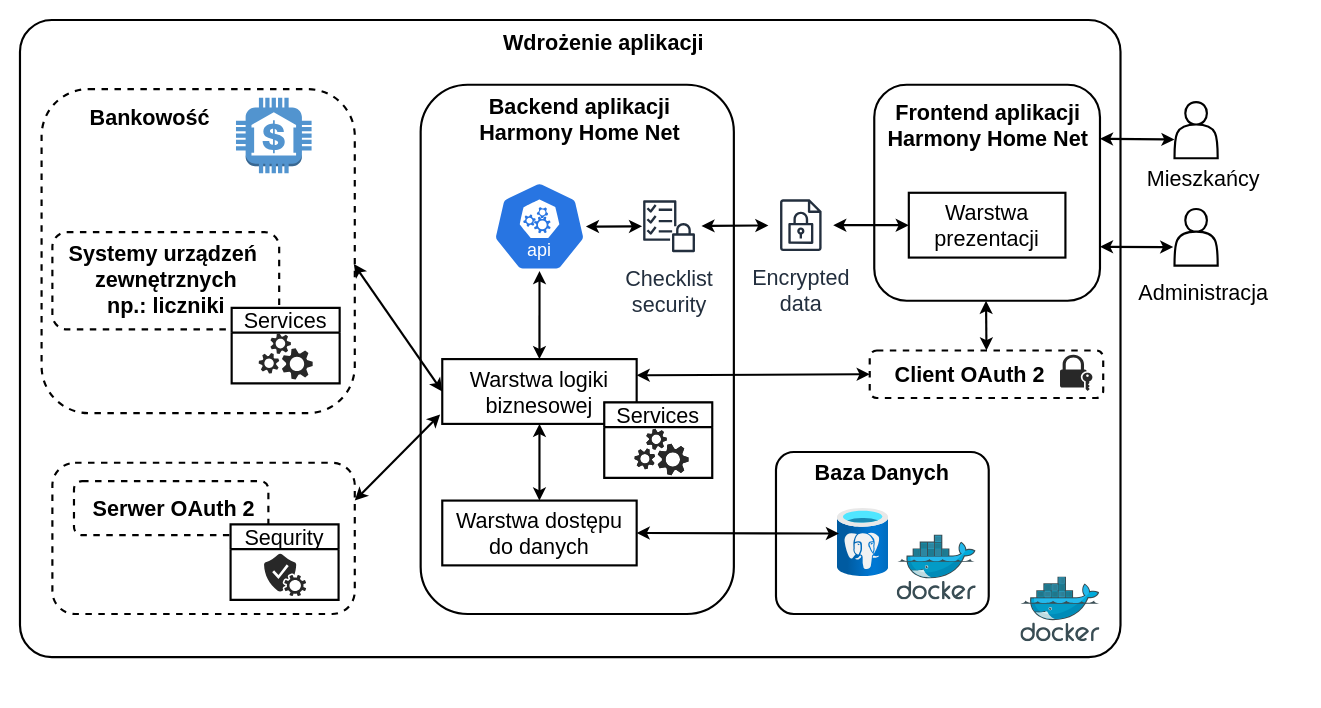
The draw.io diagram Dyplom/Schematy/zarys_architektury.drawio in Golec5000/HarmonyHomeNet, before the edit. Source tidied: cells renumbered, new cells numbered last; positions are measured from the earlier drawing's top-left corner, leaving out a move shared by most shapes. Both pictures are drawn from the tidied source at 108%, with x=0, y=0 at pixel (19, 19).
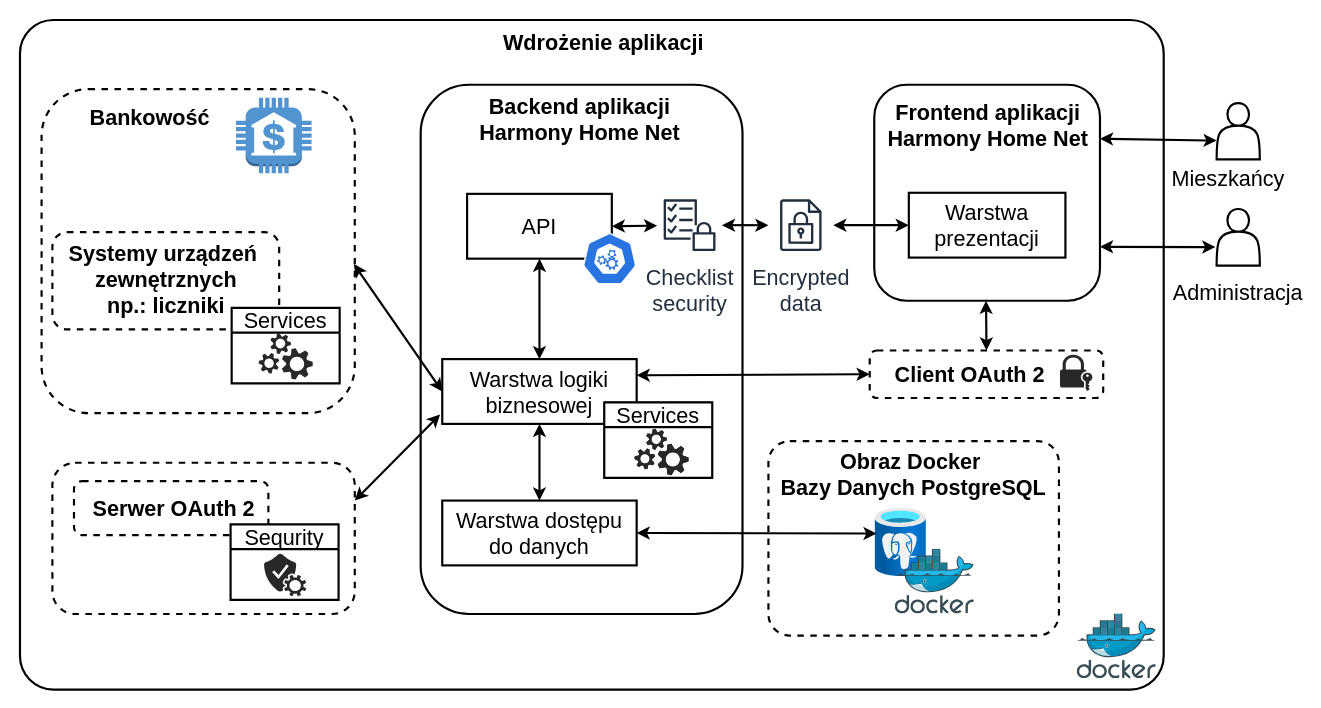
The same page after the edit.

Unchanged cells that the change refers to:
```xml
<mxCell id="7" value="&lt;font style=&quot;font-size: 20px;&quot;&gt;Warstwa logiki biznesowej&lt;/font&gt;" style="rounded=0;whiteSpace=wrap;html=1;fillColor=none;fontSize=20;strokeWidth=2;" parent="1" vertex="1">
  <mxGeometry x="391" y="314" width="180" height="60" as="geometry" />
</mxCell>
```

Change to the diagram source:
```diff
@@
     <mxCell id="2" style="rounded=1;whiteSpace=wrap;html=1;fillColor=none;fontSize=20;strokeWidth=2;arcSize=5;" parent="1" vertex="1">
-      <mxGeometry width="1019" height="590" as="geometry" />
+      <mxGeometry width="1059" height="620" as="geometry" />
     </mxCell>
     <mxCell id="3" style="rounded=1;whiteSpace=wrap;html=1;strokeColor=default;gradientColor=none;fillColor=none;fontSize=20;strokeWidth=2;" parent="1" vertex="1">
-      <mxGeometry x="371" y="60" width="290" height="490" as="geometry" />
+      <mxGeometry x="371" y="60" width="298" height="490" as="geometry" />
     </mxCell>
@@
-    <mxCell id="10" style="endArrow=classic;startArrow=classic;html=1;rounded=0;entryX=0.5;entryY=1;entryDx=0;entryDy=0;exitX=0.5;exitY=0;exitDx=0;exitDy=0;entryPerimeter=0;fontSize=20;strokeWidth=2;" parent="1" edge="1" source="7" target="26">
+    <mxCell id="10" style="endArrow=classic;startArrow=classic;html=1;rounded=0;exitX=0.5;exitY=0;exitDx=0;exitDy=0;fontSize=20;strokeWidth=2;entryX=0.5;entryY=1;entryDx=0;entryDy=0;" parent="1" edge="1" source="7" target="53">
       <mxGeometry relative="1" as="geometry" />
     </mxCell>
@@
-    <mxCell id="15" value="&lt;span style=&quot;font-weight: 700;&quot;&gt;Baza Danych&lt;/span&gt;" style="rounded=1;whiteSpace=wrap;html=1;fillColor=none;fontSize=20;strokeWidth=2;arcSize=11;verticalAlign=top;" parent="1" vertex="1">
-      <mxGeometry x="700" y="400" width="197" height="150" as="geometry" />
+    <mxCell id="15" value="&lt;span style=&quot;font-weight: 700;&quot;&gt;Obraz Docker&amp;nbsp;&lt;/span&gt;&lt;div&gt;&lt;span style=&quot;font-weight: 700;&quot;&gt;Bazy Danych PostgreSQL&lt;/span&gt;&lt;/div&gt;" style="rounded=1;whiteSpace=wrap;html=1;fillColor=none;fontSize=20;strokeWidth=2;arcSize=11;verticalAlign=top;dashed=1;" parent="1" vertex="1">
+      <mxGeometry x="693" y="390" width="269" height="180" as="geometry" />
     </mxCell>
     <mxCell id="16" style="image;html=1;points=[];align=center;fontSize=20;image=img/lib/azure2/databases/Azure_Database_PostgreSQL_Server.svg;strokeWidth=2;" parent="1" vertex="1">
-      <mxGeometry x="757" y="452.3" width="47.5" height="63.3" as="geometry" />
+      <mxGeometry x="791.8" y="452.3" width="47.5" height="63.3" as="geometry" />
     </mxCell>
@@
     <mxCell id="25" style="image;sketch=0;html=1;align=center;fontSize=20;image=img/lib/mscae/Docker.svg;strokeWidth=2;" parent="1" vertex="1">
-      <mxGeometry x="812.3" y="477" width="73.2" height="60" as="geometry" />
+      <mxGeometry x="810.5" y="490" width="73.2" height="60" as="geometry" />
     </mxCell>
-    <mxCell id="26" style="sketch=0;html=1;dashed=0;whitespace=wrap;verticalLabelPosition=bottom;verticalAlign=top;fillColor=#2875E2;strokeColor=#ffffff;points=[[0.005,0.63,0],[0.1,0.2,0],[0.9,0.2,0],[0.5,0,0],[0.995,0.63,0],[0.72,0.99,0],[0.5,1,0],[0.28,0.99,0]];shape=mxgraph.kubernetes.icon2;kubernetesLabel=1;prIcon=api;fontSize=20;strokeWidth=2;" parent="1" vertex="1">
-      <mxGeometry x="437.8" y="149.5" width="86.5" height="83" as="geometry" />
-    </mxCell>
@@
     <mxCell id="28" style="shape=actor;whiteSpace=wrap;html=1;fontSize=20;strokeWidth=2;" parent="1" vertex="1">
-      <mxGeometry x="1069" y="76" width="40" height="52" as="geometry" />
+      <mxGeometry x="1108" y="77" width="40" height="52" as="geometry" />
     </mxCell>
     <mxCell id="29" style="shape=actor;whiteSpace=wrap;html=1;fontSize=20;strokeWidth=2;" parent="1" vertex="1">
-      <mxGeometry x="1069" y="175" width="40" height="52.5" as="geometry" />
+      <mxGeometry x="1108" y="175" width="40" height="52.5" as="geometry" />
     </mxCell>
     <mxCell id="30" value="&lt;font style=&quot;font-size: 20px;&quot;&gt;Mieszkańcy&lt;/font&gt;" style="text;html=1;align=center;verticalAlign=middle;whiteSpace=wrap;rounded=0;fontSize=20;strokeWidth=2;" parent="1" vertex="1">
-      <mxGeometry x="1066" y="130" width="60" height="31" as="geometry" />
+      <mxGeometry x="1089" y="130" width="60" height="31" as="geometry" />
     </mxCell>
     <mxCell id="31" value="&lt;font style=&quot;font-size: 20px;&quot;&gt;Administracja&lt;/font&gt;" style="text;html=1;align=center;verticalAlign=middle;whiteSpace=wrap;rounded=0;fontSize=20;strokeWidth=2;" parent="1" vertex="1">
-      <mxGeometry x="1066" y="236.5" width="60" height="30" as="geometry" />
+      <mxGeometry x="1098" y="236.5" width="60" height="30" as="geometry" />
     </mxCell>
@@
-    <mxCell id="34" style="endArrow=classic;startArrow=classic;html=1;rounded=0;exitX=0.94;exitY=0.504;exitDx=0;exitDy=0;exitPerimeter=0;fontSize=20;strokeWidth=2;" parent="1" edge="1">
-      <mxGeometry relative="1" as="geometry">
-        <mxPoint x="524" y="191.3" as="sourcePoint" />
-        <mxPoint x="576" y="191.1" as="targetPoint" />
-      </mxGeometry>
+    <mxCell id="34" style="endArrow=classic;startArrow=classic;html=1;rounded=0;exitX=1;exitY=0.5;exitDx=0;exitDy=0;fontSize=20;strokeWidth=2;" parent="1" edge="1" source="53" target="35">
+      <mxGeometry relative="1" as="geometry" />
     </mxCell>
     <mxCell id="35" value="&lt;font style=&quot;font-size: 20px;&quot;&gt;Checklist&lt;br style=&quot;font-size: 20px;&quot;&gt;security&lt;/font&gt;" style="sketch=0;outlineConnect=0;fontColor=#232F3E;gradientColor=none;strokeColor=#232F3E;fillColor=none;dashed=0;verticalLabelPosition=bottom;verticalAlign=top;align=center;html=1;fontSize=20;fontStyle=0;shape=mxgraph.aws4.resourceIcon;resIcon=mxgraph.aws4.checklist_security;strokeWidth=2;" parent="1" vertex="1">
-      <mxGeometry x="571" y="161" width="60" height="60" as="geometry" />
+      <mxGeometry x="590" y="160" width="60" height="60" as="geometry" />
     </mxCell>
@@
     <mxCell id="52" style="image;sketch=0;html=1;align=center;fontSize=20;image=img/lib/mscae/Docker.svg;strokeWidth=2;" parent="1" vertex="1">
-      <mxGeometry x="926.8" y="515.7" width="73.2" height="60" as="geometry" />
+      <mxGeometry x="979" y="550" width="73.2" height="60" as="geometry" />
     </mxCell>
+    <mxCell id="53" value="API" style="rounded=0;whiteSpace=wrap;html=1;fillColor=none;fontSize=20;strokeWidth=2;" parent="1" vertex="1">
+      <mxGeometry x="414" y="161" width="134" height="60" as="geometry" />
+    </mxCell>
+    <mxCell id="54" style="sketch=0;html=1;dashed=0;whitespace=wrap;verticalLabelPosition=bottom;verticalAlign=top;fillColor=#2875E2;strokeColor=#ffffff;shape=mxgraph.kubernetes.icon2;prIcon=api;" parent="1" vertex="1">
+      <mxGeometry x="521" y="197" width="50" height="48" as="geometry" />
+    </mxCell>
```
